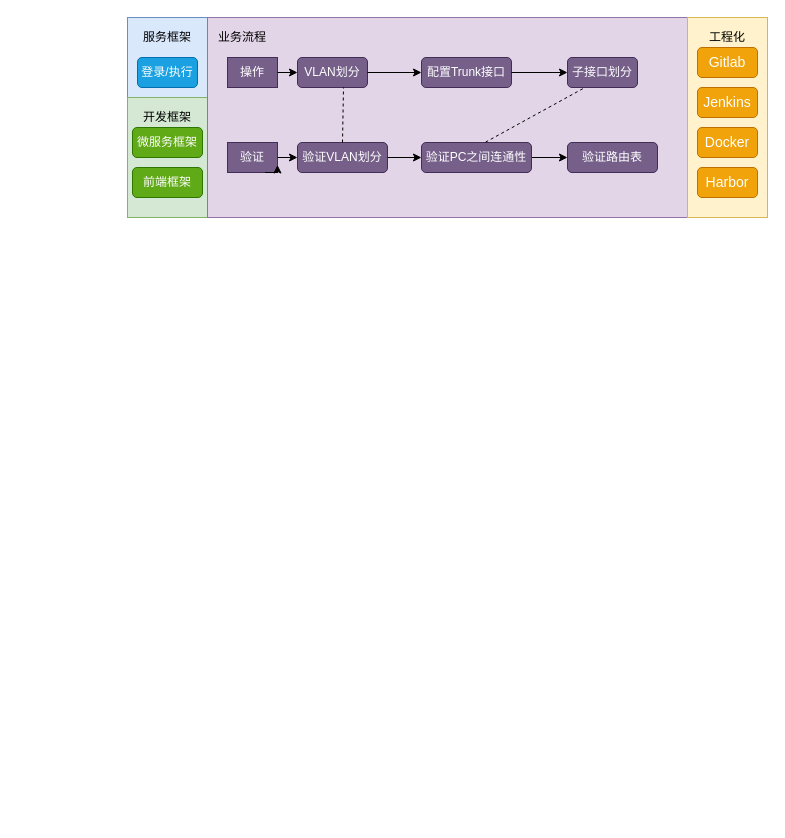
Earlier version of the draw.io diagram Untitled Diagram.drawio (Lea313/PAT-BasicLevel). Source tidied: cells renumbered, new cells numbered last; positions are measured from the earlier drawing's top-left corner, leaving out a move shared by most shapes. Both pictures are drawn from the tidied source at 100%, with x=0, y=0 at pixel (127, 17). Pictures stored in the file or linked from it are replaced by grey dashed boxes.
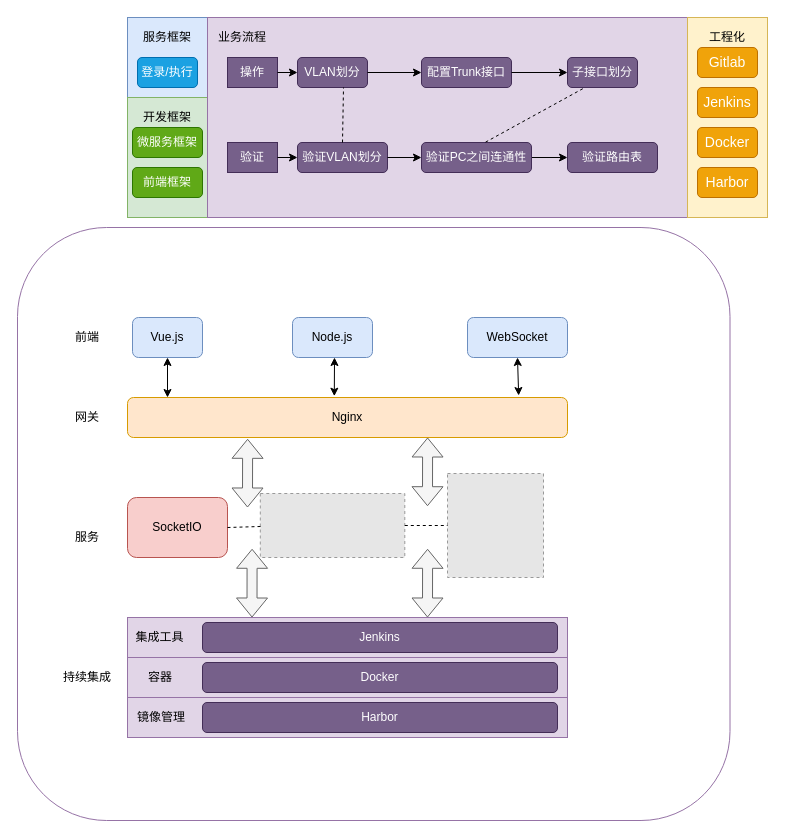
Above is the later version.

The change refers to these unchanged cells:
```xml
<mxCell id="13" value="验证" style="rounded=0;whiteSpace=wrap;html=1;fillColor=#76608a;strokeColor=#432D57;fontColor=#ffffff;" parent="1" vertex="1">
  <mxGeometry x="100" y="125" width="50" height="30" as="geometry" />
</mxCell>
```

What changed in the source:
```diff
@@
+    <mxCell id="34" style="rounded=1;whiteSpace=wrap;html=1;strokeColor=#9673A6;arcSize=15;" parent="1" vertex="1">
+      <mxGeometry x="-110" y="210" width="712.5" height="593" as="geometry" />
+    </mxCell>
@@
-    <mxCell id="14" style="edgeStyle=orthogonalEdgeStyle;rounded=0;orthogonalLoop=1;jettySize=auto;html=1;exitX=0.75;exitY=1;exitDx=0;exitDy=0;entryX=1;entryY=0.75;entryDx=0;entryDy=0;" parent="1" edge="1" source="13" target="13">
-      <mxGeometry relative="1" as="geometry" />
-    </mxCell>
@@
+    <mxCell id="35" value="前端" style="rounded=0;whiteSpace=wrap;html=1;strokeColor=#FFFFFF;" parent="1" vertex="1">
+      <mxGeometry x="-80" y="280" width="80" height="80" as="geometry" />
+    </mxCell>
+    <mxCell id="36" value="网关" style="rounded=0;whiteSpace=wrap;html=1;strokeColor=#FFFFFF;" parent="1" vertex="1">
+      <mxGeometry x="-80" y="360" width="80" height="80" as="geometry" />
+    </mxCell>
+    <mxCell id="37" value="服务" style="rounded=0;whiteSpace=wrap;html=1;strokeColor=#FFFFFF;" parent="1" vertex="1">
+      <mxGeometry x="-80" y="440" width="80" height="160" as="geometry" />
+    </mxCell>
+    <mxCell id="38" value="持续集成" style="rounded=0;whiteSpace=wrap;html=1;strokeColor=#FFFFFF;" parent="1" vertex="1">
+      <mxGeometry x="-80" y="600" width="80" height="120" as="geometry" />
+    </mxCell>
+    <mxCell id="39" value="Vue.js" style="rounded=1;whiteSpace=wrap;html=1;strokeColor=#6c8ebf;fillColor=#dae8fc;" parent="1" vertex="1">
+      <mxGeometry x="5" y="300" width="70" height="40" as="geometry" />
+    </mxCell>
+    <mxCell id="40" value="Node.js" style="rounded=1;whiteSpace=wrap;html=1;strokeColor=#6c8ebf;fillColor=#dae8fc;" parent="1" vertex="1">
+      <mxGeometry x="165" y="300" width="80" height="40" as="geometry" />
+    </mxCell>
+    <mxCell id="41" value="WebSocket" style="rounded=1;whiteSpace=wrap;html=1;strokeColor=#6c8ebf;fillColor=#dae8fc;" parent="1" vertex="1">
+      <mxGeometry x="340" y="300" width="100" height="40" as="geometry" />
+    </mxCell>
+    <mxCell id="42" value="Nginx" style="rounded=1;whiteSpace=wrap;html=1;strokeColor=#d79b00;fillColor=#ffe6cc;" parent="1" vertex="1">
+      <mxGeometry y="380" width="440" height="40" as="geometry" />
+    </mxCell>
+    <mxCell id="43" style="rounded=0;whiteSpace=wrap;html=1;strokeColor=#9673a6;fillColor=#e1d5e7;" parent="1" vertex="1">
+      <mxGeometry y="600" width="440" height="40" as="geometry" />
+    </mxCell>
+    <mxCell id="44" value="集成工具" style="text;html=1;strokeColor=none;fillColor=none;align=center;verticalAlign=middle;whiteSpace=wrap;rounded=0;" parent="1" vertex="1">
+      <mxGeometry x="5" y="610" width="55" height="20" as="geometry" />
+    </mxCell>
+    <mxCell id="45" value="Jenkins" style="rounded=1;whiteSpace=wrap;html=1;strokeColor=#432D57;fillColor=#76608a;fontColor=#ffffff;" parent="1" vertex="1">
+      <mxGeometry x="75" y="605" width="355" height="30" as="geometry" />
+    </mxCell>
+    <mxCell id="46" style="rounded=0;whiteSpace=wrap;html=1;strokeColor=#9673a6;fillColor=#e1d5e7;" parent="1" vertex="1">
+      <mxGeometry y="640" width="440" height="40" as="geometry" />
+    </mxCell>
+    <mxCell id="47" value="容器" style="text;html=1;strokeColor=none;fillColor=none;align=center;verticalAlign=middle;whiteSpace=wrap;rounded=0;" parent="1" vertex="1">
+      <mxGeometry x="12.5" y="650" width="40" height="20" as="geometry" />
+    </mxCell>
+    <mxCell id="48" value="Docker" style="rounded=1;whiteSpace=wrap;html=1;strokeColor=#432D57;fillColor=#76608a;fontColor=#ffffff;" parent="1" vertex="1">
+      <mxGeometry x="75" y="645" width="355" height="30" as="geometry" />
+    </mxCell>
+    <mxCell id="49" style="rounded=0;whiteSpace=wrap;html=1;strokeColor=#9673a6;fillColor=#e1d5e7;" parent="1" vertex="1">
+      <mxGeometry y="680" width="440" height="40" as="geometry" />
+    </mxCell>
+    <mxCell id="50" value="镜像管理" style="text;html=1;strokeColor=none;fillColor=none;align=center;verticalAlign=middle;whiteSpace=wrap;rounded=0;" parent="1" vertex="1">
+      <mxGeometry x="5" y="690" width="57.5" height="20" as="geometry" />
+    </mxCell>
+    <mxCell id="51" value="Harbor" style="rounded=1;whiteSpace=wrap;html=1;strokeColor=#432D57;fillColor=#76608a;fontColor=#ffffff;" parent="1" vertex="1">
+      <mxGeometry x="75" y="685" width="355" height="30" as="geometry" />
+    </mxCell>
+    <mxCell id="52" style="fillColor=#E6E6E6;strokeColor=#999999;dashed=1;verticalLabelPosition=bottom;labelBackgroundColor=#ffffff;verticalAlign=top;" parent="1" vertex="1">
+      <mxGeometry x="132.8" y="476" width="144.5" height="64" as="geometry" />
+    </mxCell>
+    <mxCell id="53" style="fillColor=#E6E6E6;strokeColor=#999999;dashed=1;verticalLabelPosition=bottom;labelBackgroundColor=#ffffff;verticalAlign=top;" parent="1" vertex="1">
+      <mxGeometry x="320" y="456" width="96" height="104" as="geometry" />
+    </mxCell>
+    <mxCell id="54" value="SocketIO" style="rounded=1;whiteSpace=wrap;html=1;strokeColor=#b85450;fillColor=#f8cecc;" parent="1" vertex="1">
+      <mxGeometry y="480" width="100" height="60" as="geometry" />
+    </mxCell>
+    <mxCell id="55" style="endArrow=classic;startArrow=classic;html=1;" parent="1" edge="1" target="39">
+      <mxGeometry relative="1" as="geometry">
+        <mxPoint x="40" y="380" as="sourcePoint" />
+      </mxGeometry>
+    </mxCell>
+    <mxCell id="56" style="endArrow=classic;startArrow=classic;html=1;entryX=0.47;entryY=-0.033;entryDx=0;entryDy=0;entryPerimeter=0;" parent="1" edge="1" target="42">
+      <mxGeometry relative="1" as="geometry">
+        <mxPoint x="207" y="340" as="sourcePoint" />
+      </mxGeometry>
+    </mxCell>
+    <mxCell id="57" style="endArrow=classic;startArrow=classic;html=1;exitX=0.5;exitY=1;exitDx=0;exitDy=0;entryX=0.889;entryY=-0.05;entryDx=0;entryDy=0;entryPerimeter=0;" parent="1" edge="1" source="41" target="42">
+      <mxGeometry relative="1" as="geometry" />
+    </mxCell>
+    <mxCell id="58" style="shape=flexArrow;endArrow=classic;startArrow=classic;html=1;entryX=0.273;entryY=1.033;entryDx=0;entryDy=0;entryPerimeter=0;fillColor=#f5f5f5;strokeColor=#666666;" parent="1" edge="1" target="42">
+      <mxGeometry relative="1" as="geometry">
+        <mxPoint x="120" y="490" as="sourcePoint" />
+      </mxGeometry>
+    </mxCell>
+    <mxCell id="59" style="shape=flexArrow;endArrow=classic;startArrow=classic;html=1;entryX=0.273;entryY=1.033;entryDx=0;entryDy=0;entryPerimeter=0;fillColor=#f5f5f5;strokeColor=#666666;" parent="1" edge="1">
+      <mxGeometry relative="1" as="geometry">
+        <mxPoint x="300" y="488.7" as="sourcePoint" />
+        <mxPoint x="300.1" y="420" as="targetPoint" />
+      </mxGeometry>
+    </mxCell>
+    <mxCell id="60" style="shape=flexArrow;endArrow=classic;startArrow=classic;html=1;entryX=0.273;entryY=1.033;entryDx=0;entryDy=0;entryPerimeter=0;fillColor=#f5f5f5;strokeColor=#666666;" parent="1" edge="1">
+      <mxGeometry relative="1" as="geometry">
+        <mxPoint x="124.5" y="600" as="sourcePoint" />
+        <mxPoint x="124.6" y="531.3" as="targetPoint" />
+      </mxGeometry>
+    </mxCell>
+    <mxCell id="61" style="shape=flexArrow;endArrow=classic;startArrow=classic;html=1;entryX=0.273;entryY=1.033;entryDx=0;entryDy=0;entryPerimeter=0;fillColor=#f5f5f5;strokeColor=#666666;" parent="1" edge="1">
+      <mxGeometry relative="1" as="geometry">
+        <mxPoint x="300" y="600" as="sourcePoint" />
+        <mxPoint x="300.1" y="531.3" as="targetPoint" />
+      </mxGeometry>
+    </mxCell>
+    <mxCell id="62" style="endArrow=none;dashed=1;html=1;" parent="1" edge="1">
+      <mxGeometry relative="1" as="geometry">
+        <mxPoint x="100" y="510" as="sourcePoint" />
+        <mxPoint x="133" y="509" as="targetPoint" />
+      </mxGeometry>
+    </mxCell>
+    <mxCell id="63" style="endArrow=none;dashed=1;html=1;exitX=1;exitY=0.5;exitDx=0;exitDy=0;entryX=0;entryY=0.5;entryDx=0;entryDy=0;" parent="1" edge="1" source="52" target="53">
+      <mxGeometry relative="1" as="geometry" />
+    </mxCell>
```
